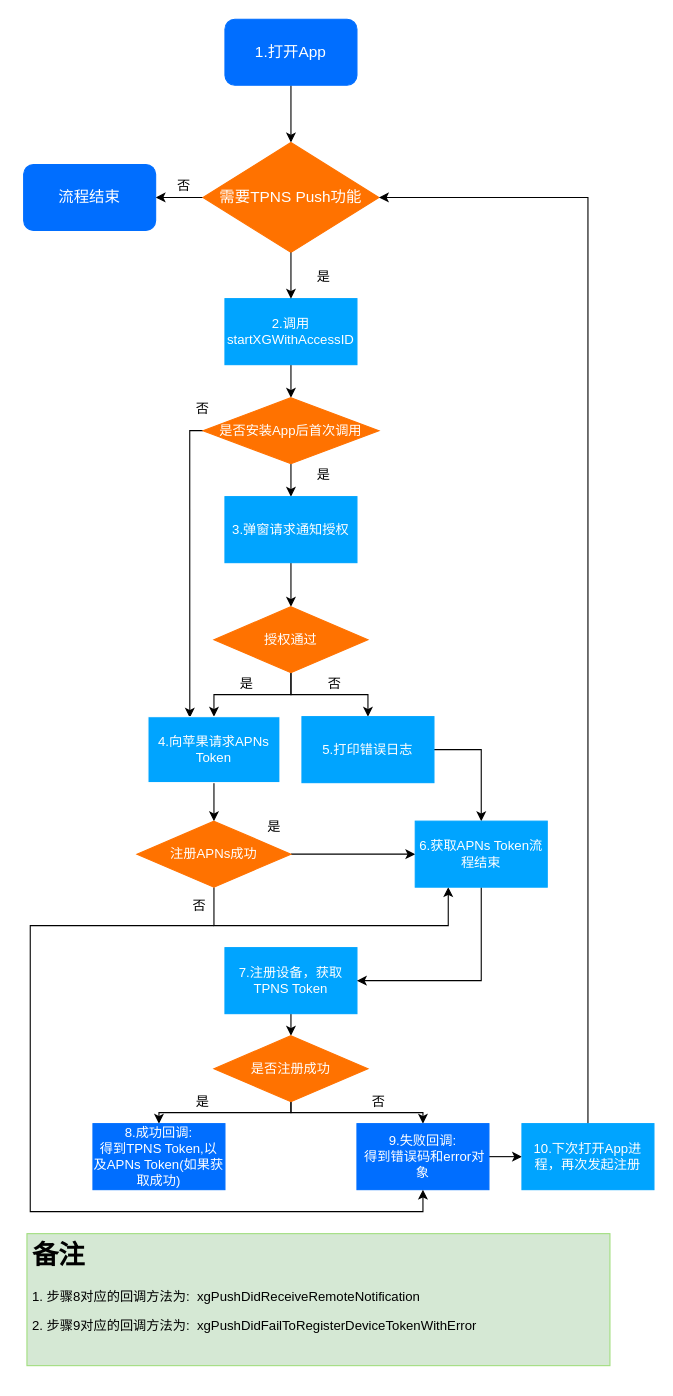
The draw.io diagram register.drawio in muyanbiao/tpnsFlowChart, before the edit. Source tidied: cells renumbered, new cells numbered last; positions are measured from the earlier drawing's top-left corner, leaving out a move shared by most shapes. Both pictures are drawn from the tidied source at 110%, with x=0, y=0 at pixel (23, 19).
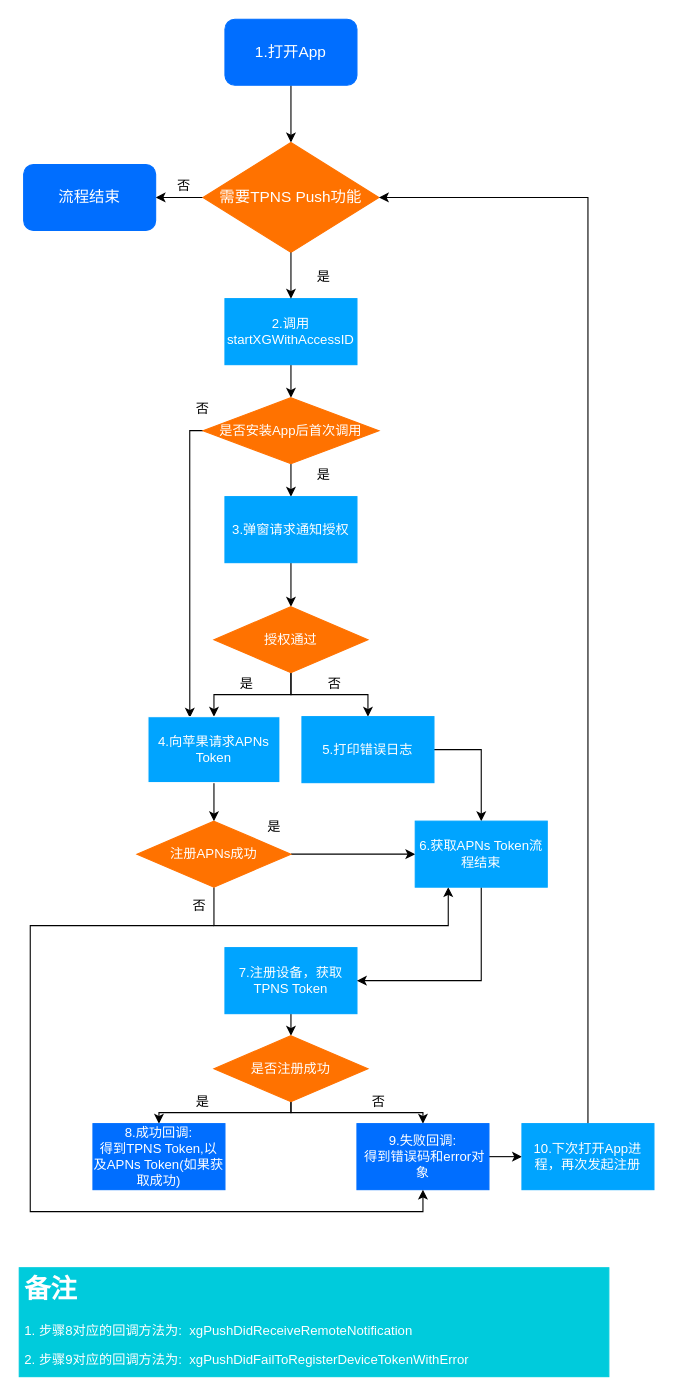
The same diagram, later.

Commit message:
Update 备注fill color and text color

What changed in the source:
```diff
@@
-    <mxCell id="48" value="&lt;h1&gt;备注&lt;/h1&gt;&lt;p&gt;1. 步骤8对应的回调方法为:&amp;nbsp;&amp;nbsp;xgPushDidReceiveRemoteNotification&lt;/p&gt;&lt;p&gt;2. 步骤9对应的回调方法为:&amp;nbsp; xgPushDidFailToRegisterDeviceTokenWithError&lt;/p&gt;" style="text;html=1;fillColor=#d5e8d4;spacing=5;spacingTop=-20;whiteSpace=wrap;overflow=hidden;rounded=0;strokeColor=#A1DE7E;" parent="1" vertex="1">
-      <mxGeometry x="3" y="1104" width="530" height="120" as="geometry" />
+    <mxCell id="48" value="&lt;h1&gt;备注&lt;/h1&gt;&lt;p&gt;1. 步骤8对应的回调方法为:&amp;nbsp;&amp;nbsp;xgPushDidReceiveRemoteNotification&lt;/p&gt;&lt;p&gt;2. 步骤9对应的回调方法为:&amp;nbsp; xgPushDidFailToRegisterDeviceTokenWithError&lt;/p&gt;" style="text;html=1;spacing=5;spacingTop=-20;whiteSpace=wrap;overflow=hidden;rounded=0;fillColor=#00CBDC;strokeColor=#00CBDC;fontColor=#FFFFFF;" parent="1" vertex="1">
+      <mxGeometry x="-4" y="1135" width="536" height="99" as="geometry" />
     </mxCell>
```
